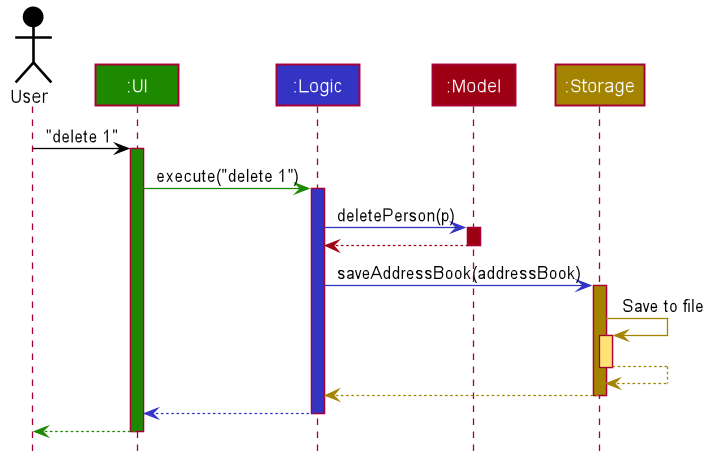
This is docs/images/ArchitectureSequenceDiagram.png from nus-cs2103-AY2122S1/tp, a PlantUML export, as it was before one commit.
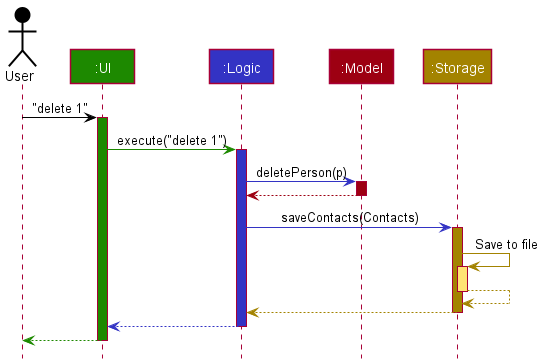
The same file after the commit.

What changed in the source:
```diff
@@ -1,85 +1,38 @@
 @startuml
+!include style.puml
 
+Actor User as user USER_COLOR
+Participant ":UI" as ui UI_COLOR
+Participant ":Logic" as logic LOGIC_COLOR
+Participant ":Model" as model MODEL_COLOR
+Participant ":Storage" as storage STORAGE_COLOR
 
+user -[USER_COLOR]> ui : "delete 1"
+activate ui UI_COLOR
 
+ui -[UI_COLOR]> logic : execute("delete 1")
+activate logic LOGIC_COLOR
 
+logic -[LOGIC_COLOR]> model : deletePerson(p)
+activate model MODEL_COLOR
 
-
-
-
-skinparam BackgroundColor #FFFFFFF
-
-skinparam Shadowing false
-
-skinparam Class {
-    FontColor #FFFFFF
-    BorderThickness 1
-    BorderColor #FFFFFF
-    StereotypeFontColor #FFFFFF
-    FontName Arial
-}
-
-skinparam Actor {
-    BorderColor #000000
-    Color #000000
-    FontName Arial
-}
-
-skinparam Sequence {
-    MessageAlign center
-    BoxFontSize 15
-    BoxPadding 0
-    BoxFontColor #FFFFFF
-    FontName Arial
-}
-
-skinparam Participant {
-    FontColor #FFFFFFF
-    Padding 20
-}
-
-skinparam MinClassWidth 50
-skinparam ParticipantPadding 10
-skinparam Shadowing false
-skinparam DefaultTextAlignment center
-skinparam packageStyle Rectangle
-
-hide footbox
-hide members
-hide circle
-
-Actor User as user #000000
-Participant ":UI" as ui #1D8900
-Participant ":Logic" as logic #3333C4
-Participant ":Model" as model #9D0012
-Participant ":Storage" as storage #A38300
-
-user -[#000000]> ui : "delete 1"
-activate ui #1D8900
-
-ui -[#1D8900]> logic : execute("delete 1")
-activate logic #3333C4
-
-logic -[#3333C4]> model : deletePerson(p)
-activate model #9D0012
-
-model -[#9D0012]-> logic
+model -[MODEL_COLOR]-> logic
 deactivate model
 
-logic -[#3333C4]> storage : saveAddressBook(addressBook)
-activate storage #A38300
+logic -[LOGIC_COLOR]> storage : saveContacts(Contacts)
+activate storage STORAGE_COLOR
 
-storage -[#A38300]> storage : Save to file
-activate storage #FFE374
-storage --[#A38300]> storage
+storage -[STORAGE_COLOR]> storage : Save to file
+activate storage STORAGE_COLOR_T1
+storage --[STORAGE_COLOR]> storage
 deactivate storage
 
-storage --[#A38300]> logic
+storage --[STORAGE_COLOR]> logic
 deactivate storage
 
-logic --[#3333C4]> ui
+logic --[LOGIC_COLOR]> ui
 deactivate logic
 
-ui--[#1D8900]> user
+ui--[UI_COLOR]> user
 deactivate ui
 @enduml
```
